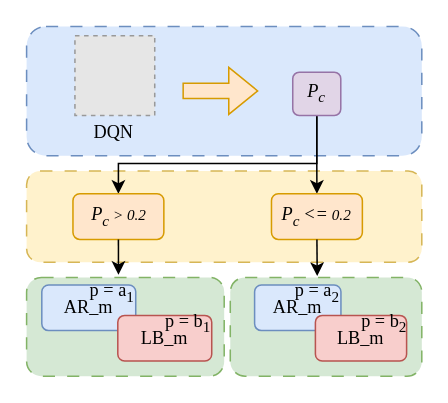
This is mutaionTaol.drawio from aslongaslihappy/algorithm, a draw.io file, before an edit. Source tidied: cells renumbered, new cells numbered last; positions are measured from the earlier drawing's top-left corner, leaving out a move shared by most shapes. Both pictures are drawn from the tidied source at 152%, with x=0, y=0 at pixel (26, 26). Pictures stored in the file or linked from it are replaced by grey dashed boxes.
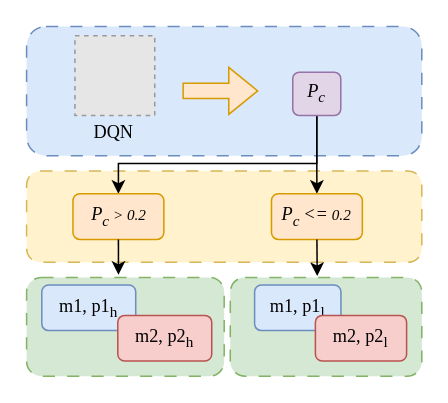
Above is the later version.

Change to the diagram source:
```diff
@@
-    <mxCell id="14" style="group;" parent="1" vertex="1">
-      <mxGeometry y="160" width="130.5" height="70" as="geometry" />
-    </mxCell>
-    <mxCell id="15" style="rounded=1;whiteSpace=wrap;html=1;dashed=1;dashPattern=8 8;fillColor=#d5e8d4;strokeColor=#82b366;" parent="14" vertex="1">
-      <mxGeometry y="5" width="130" height="65" as="geometry" />
+    <mxCell id="15" style="rounded=1;whiteSpace=wrap;html=1;dashed=1;dashPattern=8 8;fillColor=#d5e8d4;strokeColor=#82b366;" parent="1" vertex="1">
+      <mxGeometry y="165" width="130" height="65" as="geometry" />
     </mxCell>
-    <mxCell id="16" value="&lt;span lang=&quot;EN-US&quot; style=&quot;&quot;&gt;AR_m&lt;/span&gt;" style="rounded=1;whiteSpace=wrap;html=1;fontSize=12;fontFamily=Times New Roman;fillColor=#dae8fc;strokeColor=#6c8ebf;" parent="14" vertex="1">
-      <mxGeometry x="10" y="10" width="61.8" height="30" as="geometry" />
+    <mxCell id="16" value="m1, p1&lt;sub&gt;h&lt;/sub&gt;" style="rounded=1;whiteSpace=wrap;html=1;fontSize=12;fontFamily=Times New Roman;fillColor=#dae8fc;strokeColor=#6c8ebf;" parent="1" vertex="1">
+      <mxGeometry x="10" y="170" width="61.8" height="30" as="geometry" />
     </mxCell>
-    <mxCell id="17" value="&lt;span lang=&quot;EN-US&quot;&gt;LB_m&lt;/span&gt;" style="rounded=1;whiteSpace=wrap;html=1;fontFamily=Times New Roman;fontSize=12;fillColor=#f8cecc;strokeColor=#b85450;" parent="14" vertex="1">
-      <mxGeometry x="60" y="30" width="61.8" height="30" as="geometry" />
+    <mxCell id="17" value="m2, p2&lt;sub&gt;h&lt;/sub&gt;" style="rounded=1;whiteSpace=wrap;html=1;fontFamily=Times New Roman;fontSize=12;fillColor=#f8cecc;strokeColor=#b85450;" parent="1" vertex="1">
+      <mxGeometry x="60" y="190" width="61.8" height="30" as="geometry" />
     </mxCell>
-    <mxCell id="18" value="p = a&lt;sub&gt;1&lt;/sub&gt;" style="text;html=1;align=center;verticalAlign=middle;strokeColor=none;fillColor=none;fontFamily=Times New Roman;" parent="14" vertex="1">
-      <mxGeometry x="30.5" width="50" height="30" as="geometry" />
-    </mxCell>
-    <mxCell id="19" value="p = b&lt;sub&gt;1&lt;/sub&gt;" style="text;html=1;align=center;verticalAlign=middle;strokeColor=none;fillColor=none;fontFamily=Times New Roman;" parent="14" vertex="1">
-      <mxGeometry x="80.5" y="20" width="50" height="30" as="geometry" />
-    </mxCell>
-    <mxCell id="20" style="group;" parent="1" vertex="1">
-      <mxGeometry x="134" y="160" width="126" height="70" as="geometry" />
-    </mxCell>
-    <mxCell id="21" style="rounded=1;whiteSpace=wrap;html=1;dashed=1;dashPattern=8 8;fillColor=#d5e8d4;strokeColor=#82b366;" parent="20" vertex="1">
-      <mxGeometry y="5" width="126" height="65" as="geometry" />
+    <mxCell id="21" style="rounded=1;whiteSpace=wrap;html=1;dashed=1;dashPattern=8 8;fillColor=#d5e8d4;strokeColor=#82b366;" parent="1" vertex="1">
+      <mxGeometry x="134" y="165" width="126" height="65" as="geometry" />
     </mxCell>
-    <mxCell id="22" value="&lt;span lang=&quot;EN-US&quot; style=&quot;&quot;&gt;AR_m&lt;/span&gt;" style="rounded=1;whiteSpace=wrap;html=1;fontSize=12;fontFamily=Times New Roman;fillColor=#dae8fc;strokeColor=#6c8ebf;" parent="20" vertex="1">
-      <mxGeometry x="16" y="10" width="56.8" height="30" as="geometry" />
+    <mxCell id="22" value="&lt;span lang=&quot;EN-US&quot; style=&quot;&quot;&gt;m1, p1&lt;sub&gt;l&lt;/sub&gt;&lt;/span&gt;" style="rounded=1;whiteSpace=wrap;html=1;fontSize=12;fontFamily=Times New Roman;fillColor=#dae8fc;strokeColor=#6c8ebf;" parent="1" vertex="1">
+      <mxGeometry x="150" y="170" width="56.8" height="30" as="geometry" />
     </mxCell>
-    <mxCell id="23" value="&lt;span lang=&quot;EN-US&quot;&gt;LB_m&lt;/span&gt;" style="rounded=1;whiteSpace=wrap;html=1;fontFamily=Times New Roman;fontSize=12;fillColor=#f8cecc;strokeColor=#b85450;" parent="20" vertex="1">
-      <mxGeometry x="56" y="30" width="60" height="30" as="geometry" />
+    <mxCell id="23" value="&lt;span lang=&quot;EN-US&quot;&gt;m2, p2&lt;sub&gt;l&lt;/sub&gt;&lt;/span&gt;" style="rounded=1;whiteSpace=wrap;html=1;fontFamily=Times New Roman;fontSize=12;fillColor=#f8cecc;strokeColor=#b85450;" parent="1" vertex="1">
+      <mxGeometry x="190" y="190" width="60" height="30" as="geometry" />
     </mxCell>
-    <mxCell id="24" value="p = b&lt;sub&gt;2&lt;/sub&gt;" style="text;html=1;align=center;verticalAlign=middle;strokeColor=none;fillColor=none;fontFamily=Times New Roman;" parent="20" vertex="1">
-      <mxGeometry x="76" y="20" width="50" height="30" as="geometry" />
-    </mxCell>
-    <mxCell id="25" value="p = a&lt;sub&gt;2&lt;/sub&gt;" style="text;html=1;align=center;verticalAlign=middle;strokeColor=none;fillColor=none;fontFamily=Times New Roman;" parent="20" vertex="1">
-      <mxGeometry x="31.9" width="50" height="30" as="geometry" />
-    </mxCell>
```
